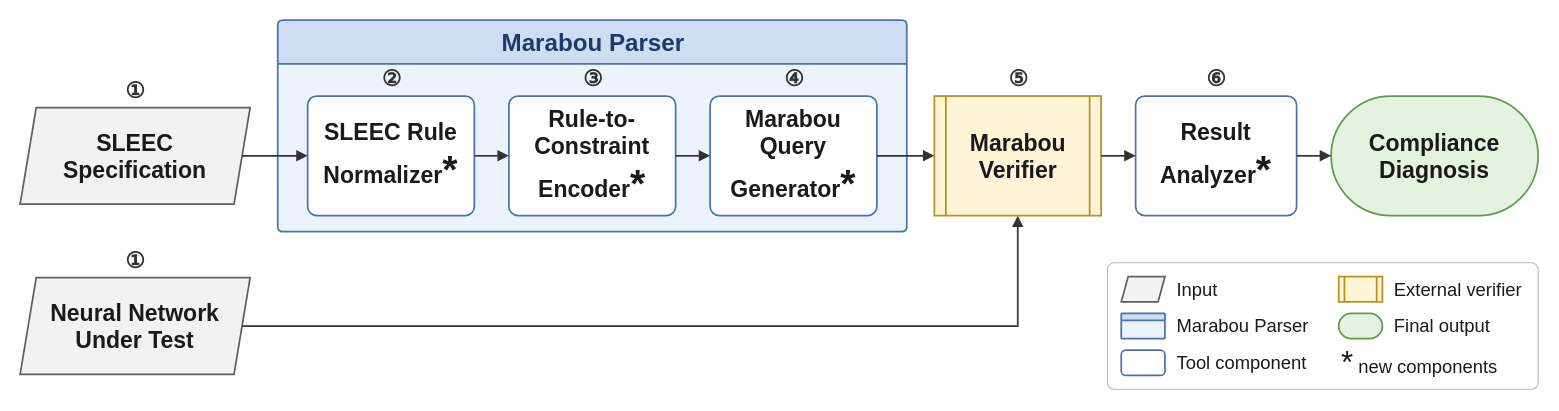
The draw.io diagram docs/figures/sleec2ver_architecture.drawio in LesLivia/SLEEC-PATROL, before the edit. Source tidied: cells renumbered, new cells numbered last; positions are measured from the earlier drawing's top-left corner, leaving out a move shared by most shapes. Both pictures are drawn from the tidied source at 115%, with x=0, y=0 at pixel (20, 20).
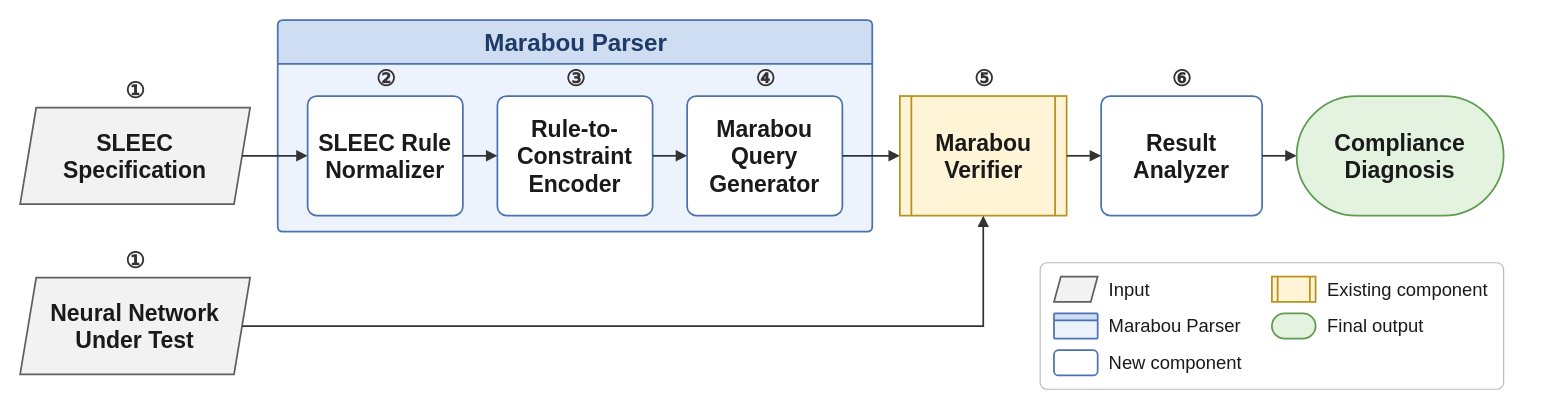
Above is the later version.

The edit, as a diff of the source:
```diff
@@
     <mxCell id="2" value="Marabou Parser" style="swimlane;html=1;rounded=1;arcSize=4;startSize=38;fillColor=#CFDDF3;swimlaneFillColor=#EDF3FC;strokeColor=#4A72B0;strokeWidth=1.5;fontStyle=1;fontSize=21;fontColor=#1F3A66;fontFamily=Helvetica;" parent="1" vertex="1">
-      <mxGeometry x="224" width="547" height="184" as="geometry" />
+      <mxGeometry x="224" width="517" height="184" as="geometry" />
     </mxCell>
@@
-    <mxCell id="5" value="SLEEC Rule&lt;br&gt;Normalizer&lt;span style=&quot;font-size:34px&quot;&gt;*&lt;/span&gt;" style="html=1;whiteSpace=wrap;fontFamily=Helvetica;fontColor=#1A1A1A;fontStyle=1;fontSize=20;align=center;verticalAlign=middle;strokeWidth=1.5;fillColor=#FFFFFF;strokeColor=#4A72B0;rounded=1;absoluteArcSize=1;arcSize=16;" parent="2" vertex="1">
-      <mxGeometry x="26" y="66" width="145" height="104" as="geometry" />
+    <mxCell id="5" value="SLEEC Rule&lt;br&gt;Normalizer" style="html=1;whiteSpace=wrap;fontFamily=Helvetica;fontColor=#1A1A1A;fontStyle=1;fontSize=20;align=center;verticalAlign=middle;strokeWidth=1.5;fillColor=#FFFFFF;strokeColor=#4A72B0;rounded=1;absoluteArcSize=1;arcSize=16;" parent="2" vertex="1">
+      <mxGeometry x="26" y="66" width="135" height="104" as="geometry" />
     </mxCell>
     <mxCell id="6" value="②" style="text;html=1;align=center;verticalAlign=middle;fontFamily=Helvetica;fontSize=19;fontStyle=1;fontColor=#333333;" parent="2" vertex="1">
-      <mxGeometry x="26" y="38" width="145" height="28" as="geometry" />
+      <mxGeometry x="26" y="38" width="135" height="28" as="geometry" />
     </mxCell>
-    <mxCell id="7" value="Rule-to-&lt;br&gt;Constraint&lt;br&gt;Encoder&lt;span style=&quot;font-size:34px&quot;&gt;*&lt;/span&gt;" style="html=1;whiteSpace=wrap;fontFamily=Helvetica;fontColor=#1A1A1A;fontStyle=1;fontSize=20;align=center;verticalAlign=middle;strokeWidth=1.5;fillColor=#FFFFFF;strokeColor=#4A72B0;rounded=1;absoluteArcSize=1;arcSize=16;" parent="2" vertex="1">
-      <mxGeometry x="201" y="66" width="145" height="104" as="geometry" />
+    <mxCell id="7" value="Rule-to-&lt;br&gt;Constraint&lt;br&gt;Encoder" style="html=1;whiteSpace=wrap;fontFamily=Helvetica;fontColor=#1A1A1A;fontStyle=1;fontSize=20;align=center;verticalAlign=middle;strokeWidth=1.5;fillColor=#FFFFFF;strokeColor=#4A72B0;rounded=1;absoluteArcSize=1;arcSize=16;" parent="2" vertex="1">
+      <mxGeometry x="191" y="66" width="135" height="104" as="geometry" />
     </mxCell>
     <mxCell id="8" value="③" style="text;html=1;align=center;verticalAlign=middle;fontFamily=Helvetica;fontSize=19;fontStyle=1;fontColor=#333333;" parent="2" vertex="1">
-      <mxGeometry x="201" y="38" width="145" height="28" as="geometry" />
+      <mxGeometry x="191" y="38" width="135" height="28" as="geometry" />
     </mxCell>
-    <mxCell id="9" value="Marabou&lt;br&gt;Query&lt;br&gt;Generator&lt;span style=&quot;font-size:34px&quot;&gt;*&lt;/span&gt;" style="html=1;whiteSpace=wrap;fontFamily=Helvetica;fontColor=#1A1A1A;fontStyle=1;fontSize=20;align=center;verticalAlign=middle;strokeWidth=1.5;fillColor=#FFFFFF;strokeColor=#4A72B0;rounded=1;absoluteArcSize=1;arcSize=16;" parent="2" vertex="1">
-      <mxGeometry x="376" y="66" width="145" height="104" as="geometry" />
+    <mxCell id="9" value="Marabou&lt;br&gt;Query&lt;br&gt;Generator" style="html=1;whiteSpace=wrap;fontFamily=Helvetica;fontColor=#1A1A1A;fontStyle=1;fontSize=20;align=center;verticalAlign=middle;strokeWidth=1.5;fillColor=#FFFFFF;strokeColor=#4A72B0;rounded=1;absoluteArcSize=1;arcSize=16;" parent="2" vertex="1">
+      <mxGeometry x="356" y="66" width="135" height="104" as="geometry" />
     </mxCell>
     <mxCell id="10" value="④" style="text;html=1;align=center;verticalAlign=middle;fontFamily=Helvetica;fontSize=19;fontStyle=1;fontColor=#333333;" parent="2" vertex="1">
-      <mxGeometry x="376" y="38" width="145" height="28" as="geometry" />
+      <mxGeometry x="356" y="38" width="135" height="28" as="geometry" />
     </mxCell>
     <mxCell id="11" value="Marabou&lt;br&gt;Verifier" style="html=1;whiteSpace=wrap;fontFamily=Helvetica;fontColor=#1A1A1A;fontStyle=1;fontSize=20;align=center;verticalAlign=middle;strokeWidth=1.5;fillColor=#FFF4D6;strokeColor=#B8901C;shape=process;fixedSize=1;size=10;backgroundOutline=1;" parent="1" vertex="1">
-      <mxGeometry x="795" y="66" width="145" height="104" as="geometry" />
+      <mxGeometry x="765" y="66" width="145" height="104" as="geometry" />
     </mxCell>
     <mxCell id="12" value="⑤" style="text;html=1;align=center;verticalAlign=middle;fontFamily=Helvetica;fontSize=19;fontStyle=1;fontColor=#333333;" parent="1" vertex="1">
-      <mxGeometry x="795" y="38" width="145" height="28" as="geometry" />
+      <mxGeometry x="765" y="38" width="145" height="28" as="geometry" />
     </mxCell>
-    <mxCell id="13" value="Result&lt;br&gt;Analyzer&lt;span style=&quot;font-size:34px&quot;&gt;*&lt;/span&gt;" style="html=1;whiteSpace=wrap;fontFamily=Helvetica;fontColor=#1A1A1A;fontStyle=1;fontSize=20;align=center;verticalAlign=middle;strokeWidth=1.5;fillColor=#FFFFFF;strokeColor=#4A72B0;rounded=1;absoluteArcSize=1;arcSize=16;" parent="1" vertex="1">
-      <mxGeometry x="970" y="66" width="140" height="104" as="geometry" />
+    <mxCell id="13" value="Result&lt;br&gt;Analyzer" style="html=1;whiteSpace=wrap;fontFamily=Helvetica;fontColor=#1A1A1A;fontStyle=1;fontSize=20;align=center;verticalAlign=middle;strokeWidth=1.5;fillColor=#FFFFFF;strokeColor=#4A72B0;rounded=1;absoluteArcSize=1;arcSize=16;" parent="1" vertex="1">
+      <mxGeometry x="940" y="66" width="140" height="104" as="geometry" />
     </mxCell>
     <mxCell id="14" value="⑥" style="text;html=1;align=center;verticalAlign=middle;fontFamily=Helvetica;fontSize=19;fontStyle=1;fontColor=#333333;" parent="1" vertex="1">
-      <mxGeometry x="970" y="38" width="140" height="28" as="geometry" />
+      <mxGeometry x="940" y="38" width="140" height="28" as="geometry" />
     </mxCell>
     <mxCell id="15" value="Compliance&lt;br&gt;Diagnosis" style="html=1;whiteSpace=wrap;fontFamily=Helvetica;fontColor=#1A1A1A;fontStyle=1;fontSize=20;align=center;verticalAlign=middle;strokeWidth=1.5;fillColor=#E4F2E0;strokeColor=#5E9A4F;rounded=1;arcSize=50;" parent="1" vertex="1">
-      <mxGeometry x="1140" y="66" width="180" height="104" as="geometry" />
+      <mxGeometry x="1110" y="66" width="180" height="104" as="geometry" />
     </mxCell>
@@
     <mxCell id="18" style="rounded=1;absoluteArcSize=1;arcSize=12;html=1;fillColor=#FFFFFF;strokeColor=#BBBBBB;strokeWidth=1;" parent="1" vertex="1">
-      <mxGeometry x="945.5" y="211" width="374.5" height="110" as="geometry" />
+      <mxGeometry x="887" y="211" width="403" height="110" as="geometry" />
     </mxCell>
     <mxCell id="19" style="html=1;whiteSpace=wrap;fontFamily=Helvetica;fontColor=#1A1A1A;fontStyle=1;fontSize=20;align=center;verticalAlign=middle;strokeWidth=1.5;fillColor=#F2F2F2;strokeColor=#5F5F5F;shape=parallelogram;perimeter=parallelogramPerimeter;fixedSize=1;size=6;" parent="1" vertex="1">
-      <mxGeometry x="957.5" y="223" width="38" height="22" as="geometry" />
+      <mxGeometry x="899" y="223" width="38" height="22" as="geometry" />
     </mxCell>
     <mxCell id="20" value="Input" style="text;html=1;align=left;verticalAlign=middle;fontFamily=Helvetica;fontSize=16;fontColor=#1A1A1A;" parent="1" vertex="1">
-      <mxGeometry x="1003.5" y="223" width="39.5" height="22" as="geometry" />
+      <mxGeometry x="945" y="223" width="39.5" height="22" as="geometry" />
     </mxCell>
     <mxCell id="21" style="swimlane;html=1;rounded=1;arcSize=4;startSize=6;fillColor=#CFDDF3;swimlaneFillColor=#EDF3FC;strokeColor=#4A72B0;strokeWidth=1.5;fontStyle=1;fontSize=21;fontColor=#1F3A66;fontFamily=Helvetica;" parent="1" vertex="1">
-      <mxGeometry x="957.5" y="255" width="38" height="22" as="geometry" />
+      <mxGeometry x="899" y="255" width="38" height="22" as="geometry" />
     </mxCell>
     <mxCell id="22" value="Marabou Parser" style="text;html=1;align=left;verticalAlign=middle;fontFamily=Helvetica;fontSize=16;fontColor=#1A1A1A;" parent="1" vertex="1">
-      <mxGeometry x="1003.5" y="255" width="119.1" height="22" as="geometry" />
+      <mxGeometry x="945" y="255" width="119.1" height="22" as="geometry" />
     </mxCell>
     <mxCell id="23" style="html=1;whiteSpace=wrap;fontFamily=Helvetica;fontColor=#1A1A1A;fontStyle=1;fontSize=20;align=center;verticalAlign=middle;strokeWidth=1.5;fillColor=#FFFFFF;strokeColor=#4A72B0;rounded=1;absoluteArcSize=1;arcSize=8;" parent="1" vertex="1">
-      <mxGeometry x="957.5" y="287" width="38" height="22" as="geometry" />
+      <mxGeometry x="899" y="287" width="38" height="22" as="geometry" />
     </mxCell>
-    <mxCell id="24" value="Tool component" style="text;html=1;align=left;verticalAlign=middle;fontFamily=Helvetica;fontSize=16;fontColor=#1A1A1A;" parent="1" vertex="1">
-      <mxGeometry x="1003.5" y="287" width="117" height="22" as="geometry" />
+    <mxCell id="24" value="New component" style="text;html=1;align=left;verticalAlign=middle;fontFamily=Helvetica;fontSize=16;fontColor=#1A1A1A;" parent="1" vertex="1">
+      <mxGeometry x="945" y="287" width="119.5" height="22" as="geometry" />
     </mxCell>
     <mxCell id="25" style="html=1;whiteSpace=wrap;fontFamily=Helvetica;fontColor=#1A1A1A;fontStyle=1;fontSize=20;align=center;verticalAlign=middle;strokeWidth=1.5;fillColor=#FFF4D6;strokeColor=#B8901C;shape=process;fixedSize=1;size=5;backgroundOutline=1;" parent="1" vertex="1">
-      <mxGeometry x="1146.6" y="223" width="38" height="22" as="geometry" />
+      <mxGeometry x="1088.5" y="223" width="38" height="22" as="geometry" />
     </mxCell>
-    <mxCell id="26" value="External verifier" style="text;html=1;align=left;verticalAlign=middle;fontFamily=Helvetica;fontSize=16;fontColor=#1A1A1A;" parent="1" vertex="1">
-      <mxGeometry x="1192.6" y="223" width="115.4" height="22" as="geometry" />
+    <mxCell id="26" value="Existing component" style="text;html=1;align=left;verticalAlign=middle;fontFamily=Helvetica;fontSize=16;fontColor=#1A1A1A;" parent="1" vertex="1">
+      <mxGeometry x="1134.5" y="223" width="143.5" height="22" as="geometry" />
     </mxCell>
     <mxCell id="27" style="html=1;whiteSpace=wrap;fontFamily=Helvetica;fontColor=#1A1A1A;fontStyle=1;fontSize=20;align=center;verticalAlign=middle;strokeWidth=1.5;fillColor=#E4F2E0;strokeColor=#5E9A4F;rounded=1;arcSize=50;" parent="1" vertex="1">
-      <mxGeometry x="1146.6" y="255" width="38" height="22" as="geometry" />
+      <mxGeometry x="1088.5" y="255" width="38" height="22" as="geometry" />
     </mxCell>
     <mxCell id="28" value="Final output" style="text;html=1;align=left;verticalAlign=middle;fontFamily=Helvetica;fontSize=16;fontColor=#1A1A1A;" parent="1" vertex="1">
-      <mxGeometry x="1192.6" y="255" width="87.6" height="22" as="geometry" />
+      <mxGeometry x="1134.5" y="255" width="87.6" height="22" as="geometry" />
     </mxCell>
-    <mxCell id="29" value="&lt;span style=&quot;font-size:27.2px&quot;&gt;*&lt;/span&gt; new components" style="text;html=1;align=left;verticalAlign=middle;fontFamily=Helvetica;fontSize=16;fontColor=#1A1A1A;" parent="1" vertex="1">
-      <mxGeometry x="1146.6" y="287" width="139.8" height="22" as="geometry" />
-    </mxCell>
```
